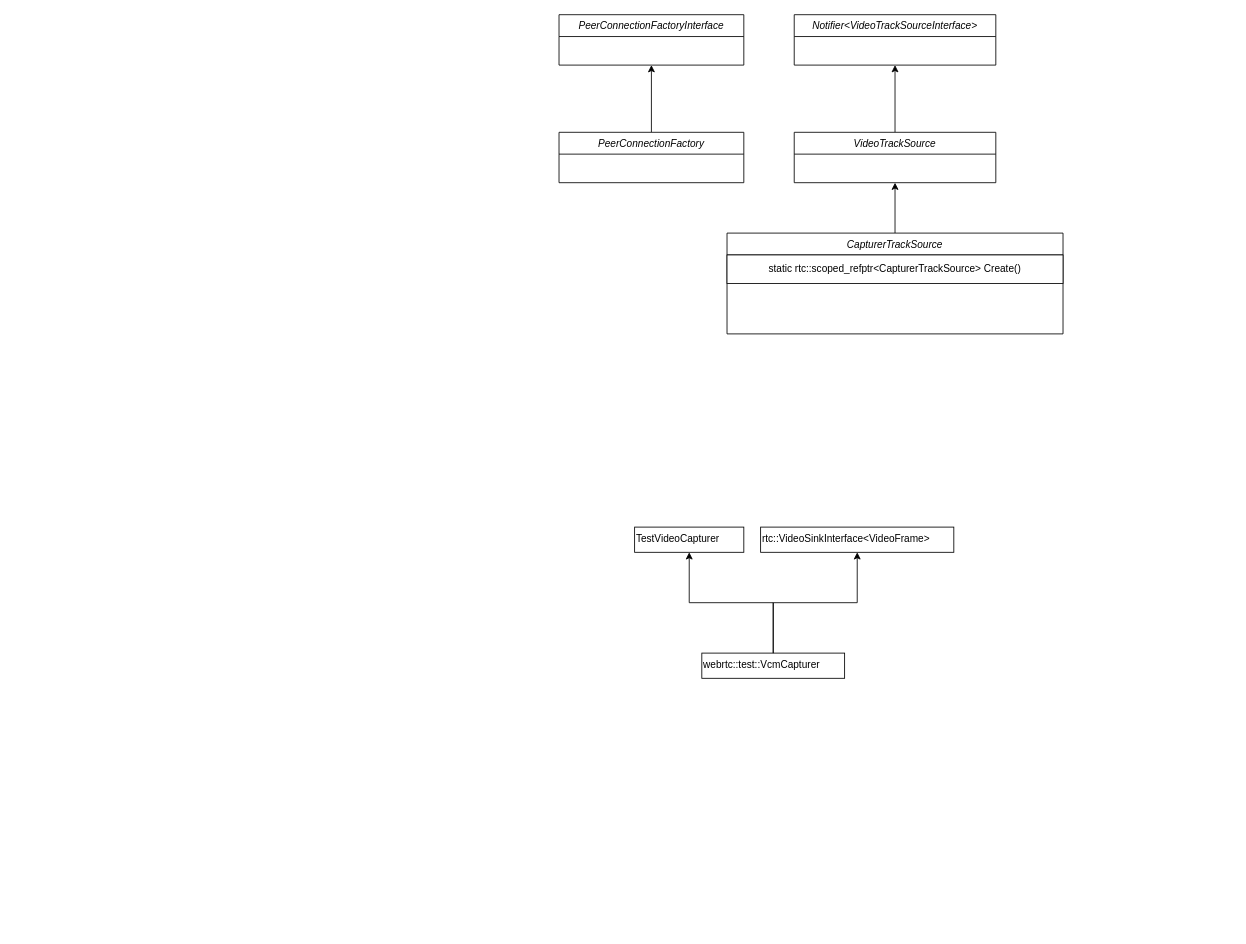
Earlier version of the draw.io diagram webrtc类图/Untitled Diagram.drawio (Aries1989/draw.io.s). Source tidied: cells renumbered, new cells numbered last; positions are measured from the earlier drawing's top-left corner, leaving out a move shared by most shapes. Both pictures are drawn from the tidied source at 84%, with x=0, y=0 at pixel (559, 14).
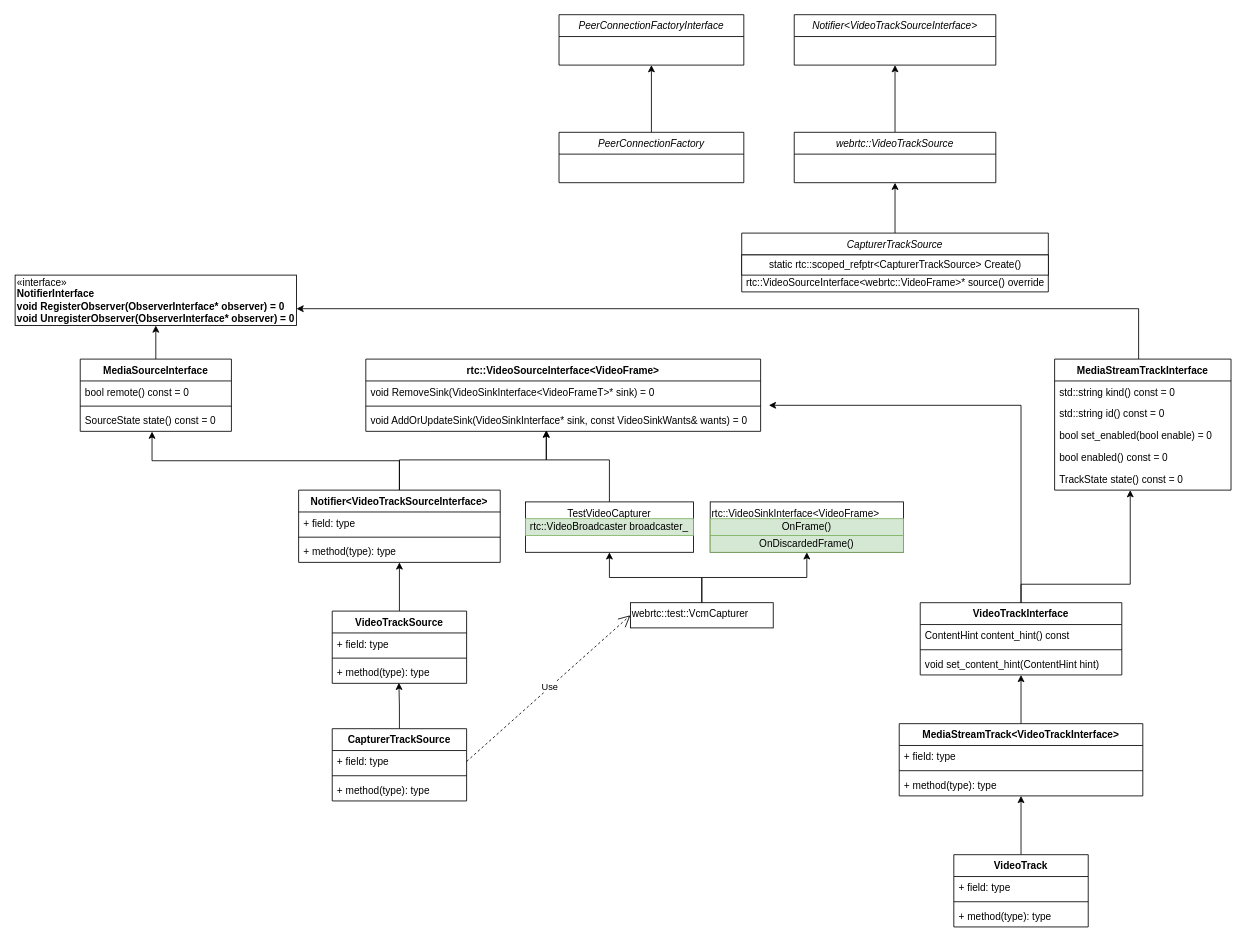
After the change.

Change to the diagram source:
```diff
@@
-    <mxCell id="7" value="VideoTrackSource" style="swimlane;fontStyle=2;align=center;verticalAlign=top;horizontal=1;startSize=26;rounded=0;shadow=0;strokeWidth=1;fillColor=default;strokeColor=default;fontColor=default;" parent="1" vertex="1">
+    <mxCell id="7" value="webrtc::VideoTrackSource" style="swimlane;fontStyle=2;align=center;verticalAlign=top;horizontal=1;startSize=26;rounded=0;shadow=0;strokeWidth=1;fillColor=default;strokeColor=default;fontColor=default;" parent="1" vertex="1">
       <mxGeometry x="280" y="140" width="240" height="60" as="geometry" />
     </mxCell>
@@
     <mxCell id="9" value="CapturerTrackSource" style="swimlane;fontStyle=2;align=center;verticalAlign=top;horizontal=1;startSize=26;rounded=0;shadow=0;strokeWidth=1;fillColor=default;strokeColor=default;fontColor=default;" parent="1" vertex="1">
-      <mxGeometry x="200" y="260" width="400" height="120" as="geometry" />
+      <mxGeometry x="217.5" y="260" width="365" height="70" as="geometry" />
     </mxCell>
     <mxCell id="10" value="static rtc::scoped_refptr&amp;lt;CapturerTrackSource&amp;gt; Create()" style="rounded=0;whiteSpace=wrap;html=1;fontColor=default;strokeColor=default;fillColor=default;" parent="9" vertex="1">
-      <mxGeometry y="26" width="400" height="34" as="geometry" />
+      <mxGeometry y="26" width="365" height="24" as="geometry" />
     </mxCell>
+    <mxCell id="16" value="rtc::VideoSourceInterface&amp;lt;webrtc::VideoFrame&amp;gt;* source() override" style="text;html=1;align=center;verticalAlign=middle;strokeColor=none;fillColor=none;" parent="9" vertex="1">
+      <mxGeometry y="50" width="365" height="20" as="geometry" />
+    </mxCell>
@@
     <mxCell id="13" value="webrtc::test::VcmCapturer" style="text;whiteSpace=wrap;html=1;fontColor=default;strokeColor=default;" parent="1" vertex="1">
-      <mxGeometry x="170" y="760" width="170" height="30" as="geometry" />
+      <mxGeometry x="85" y="700" width="170" height="30" as="geometry" />
     </mxCell>
+    <mxCell id="17" style="edgeStyle=orthogonalEdgeStyle;rounded=0;jettySize=auto;html=1;jumpStyle=none;" parent="1" edge="1" source="14">
+      <mxGeometry relative="1" as="geometry">
+        <mxPoint x="-15.1" y="495" as="targetPoint" />
+        <Array as="points">
+          <mxPoint x="60" y="530" />
+          <mxPoint x="-15" y="530" />
+        </Array>
+      </mxGeometry>
+    </mxCell>
-    <mxCell id="14" value="TestVideoCapturer" style="text;whiteSpace=wrap;html=1;fontColor=default;strokeColor=default;" parent="1" vertex="1">
-      <mxGeometry x="90" y="610" width="130" height="30" as="geometry" />
+    <mxCell id="14" value="TestVideoCapturer" style="text;whiteSpace=wrap;html=1;fontColor=default;strokeColor=default;align=center;" parent="1" vertex="1">
+      <mxGeometry x="-40" y="580" width="200" height="60" as="geometry" />
     </mxCell>
-    <mxCell id="15" value="rtc::VideoSinkInterface&amp;lt;VideoFrame&amp;gt;" style="text;whiteSpace=wrap;html=1;fontColor=default;strokeColor=default;" parent="1" vertex="1">
-      <mxGeometry x="240" y="610" width="230" height="30" as="geometry" />
+    <mxCell id="15" value="rtc::VideoSinkInterface&amp;lt;VideoFrame&amp;gt;" style="text;whiteSpace=wrap;html=1;fontColor=default;strokeColor=default;align=left;" parent="1" vertex="1">
+      <mxGeometry x="180" y="580" width="230" height="60" as="geometry" />
     </mxCell>
+    <mxCell id="18" value="rtc::VideoBroadcaster broadcaster_" style="text;html=1;strokeColor=#82b366;fillColor=#d5e8d4;align=center;verticalAlign=middle;whiteSpace=wrap;rounded=0;" parent="1" vertex="1">
+      <mxGeometry x="-40" y="600" width="200" height="20" as="geometry" />
+    </mxCell>
+    <mxCell id="19" value="&lt;div style=&quot;text-align: left&quot;&gt;&lt;span&gt;OnFrame()&lt;/span&gt;&lt;/div&gt;" style="text;html=1;strokeColor=#82b366;fillColor=#d5e8d4;align=center;verticalAlign=middle;whiteSpace=wrap;rounded=0;" parent="1" vertex="1">
+      <mxGeometry x="180" y="600" width="230" height="20" as="geometry" />
+    </mxCell>
+    <mxCell id="20" value="&lt;div style=&quot;text-align: left&quot;&gt;&lt;span&gt;&lt;font face=&quot;helvetica&quot;&gt;OnDiscardedFrame()&lt;/font&gt;&lt;/span&gt;&lt;/div&gt;" style="text;html=1;strokeColor=#82b366;fillColor=#d5e8d4;align=center;verticalAlign=middle;whiteSpace=wrap;rounded=0;" parent="1" vertex="1">
+      <mxGeometry x="180" y="620" width="230" height="20" as="geometry" />
+    </mxCell>
+    <mxCell id="21" style="edgeStyle=orthogonalEdgeStyle;rounded=0;jumpStyle=none;jettySize=auto;html=1;" parent="1" edge="1" source="23">
+      <mxGeometry relative="1" as="geometry">
+        <mxPoint x="-15.2" y="495" as="targetPoint" />
+        <Array as="points">
+          <mxPoint x="-190" y="530" />
+          <mxPoint x="-15" y="530" />
+        </Array>
+      </mxGeometry>
+    </mxCell>
+    <mxCell id="22" style="edgeStyle=orthogonalEdgeStyle;rounded=0;jumpStyle=none;jettySize=auto;html=1;entryX=0.475;entryY=1.011;entryDx=0;entryDy=0;entryPerimeter=0;" parent="1" edge="1" source="23" target="31">
+      <mxGeometry relative="1" as="geometry" />
+    </mxCell>
+    <mxCell id="23" value="Notifier&lt;VideoTrackSourceInterface&gt;" style="swimlane;fontStyle=1;align=center;verticalAlign=top;horizontal=1;startSize=26;" parent="1" vertex="1">
+      <mxGeometry x="-310" y="566" width="240" height="86" as="geometry" />
+    </mxCell>
+    <mxCell id="24" value="+ field: type" style="text;strokeColor=none;fillColor=none;align=left;verticalAlign=top;spacingLeft=4;spacingRight=4;overflow=hidden;" parent="23" vertex="1">
+      <mxGeometry y="26" width="240" height="26" as="geometry" />
+    </mxCell>
+    <mxCell id="25" style="line;strokeWidth=1;fillColor=none;align=left;verticalAlign=middle;spacingTop=-1;spacingLeft=3;spacingRight=3;labelPosition=right;" parent="23" vertex="1">
+      <mxGeometry y="52" width="240" height="8" as="geometry" />
+    </mxCell>
+    <mxCell id="26" value="+ method(type): type" style="text;strokeColor=none;fillColor=none;align=left;verticalAlign=top;spacingLeft=4;spacingRight=4;overflow=hidden;" parent="23" vertex="1">
+      <mxGeometry y="60" width="240" height="26" as="geometry" />
+    </mxCell>
+    <mxCell id="27" style="edgeStyle=orthogonalEdgeStyle;rounded=0;jumpStyle=none;jettySize=auto;html=1;" parent="1" edge="1" source="28" target="32">
+      <mxGeometry relative="1" as="geometry" />
+    </mxCell>
+    <mxCell id="28" value="MediaSourceInterface" style="swimlane;fontStyle=1;align=center;verticalAlign=top;horizontal=1;startSize=26;" parent="1" vertex="1">
+      <mxGeometry x="-570" y="410" width="180" height="86" as="geometry" />
+    </mxCell>
+    <mxCell id="29" value="bool remote() const = 0" style="text;strokeColor=none;fillColor=none;align=left;verticalAlign=top;spacingLeft=4;spacingRight=4;overflow=hidden;" parent="28" vertex="1">
+      <mxGeometry y="26" width="180" height="26" as="geometry" />
+    </mxCell>
+    <mxCell id="30" style="line;strokeWidth=1;fillColor=none;align=left;verticalAlign=middle;spacingTop=-1;spacingLeft=3;spacingRight=3;labelPosition=right;" parent="28" vertex="1">
+      <mxGeometry y="52" width="180" height="8" as="geometry" />
+    </mxCell>
+    <mxCell id="31" value="SourceState state() const = 0" style="text;strokeColor=none;fillColor=none;align=left;verticalAlign=top;spacingLeft=4;spacingRight=4;overflow=hidden;points=[[0,0.5],[1,0.5]];portConstraint=eastwest;" parent="28" vertex="1">
+      <mxGeometry y="60" width="180" height="26" as="geometry" />
+    </mxCell>
+    <mxCell id="32" value="«interface»&lt;br&gt;&lt;b&gt;NotifierInterface&lt;/b&gt;&lt;br&gt;&lt;b&gt;void RegisterObserver(ObserverInterface* observer) = 0&lt;/b&gt;&lt;br&gt;&lt;b&gt;void UnregisterObserver(ObserverInterface* observer) = 0&lt;/b&gt;" style="html=1;align=left;" parent="1" vertex="1">
+      <mxGeometry x="-647.5" y="310" width="335" height="60" as="geometry" />
+    </mxCell>
+    <mxCell id="33" style="edgeStyle=orthogonalEdgeStyle;rounded=0;jumpStyle=none;jettySize=auto;html=1;entryX=0.5;entryY=1;entryDx=0;entryDy=0;" parent="1" edge="1" source="34" target="23">
+      <mxGeometry relative="1" as="geometry" />
+    </mxCell>
+    <mxCell id="34" value="VideoTrackSource" style="swimlane;fontStyle=1;align=center;verticalAlign=top;horizontal=1;startSize=26;" parent="1" vertex="1">
+      <mxGeometry x="-270" y="710" width="160" height="86" as="geometry" />
+    </mxCell>
+    <mxCell id="35" value="+ field: type" style="text;strokeColor=none;fillColor=none;align=left;verticalAlign=top;spacingLeft=4;spacingRight=4;overflow=hidden;" parent="34" vertex="1">
+      <mxGeometry y="26" width="160" height="26" as="geometry" />
+    </mxCell>
+    <mxCell id="36" style="line;strokeWidth=1;fillColor=none;align=left;verticalAlign=middle;spacingTop=-1;spacingLeft=3;spacingRight=3;labelPosition=right;" parent="34" vertex="1">
+      <mxGeometry y="52" width="160" height="8" as="geometry" />
+    </mxCell>
+    <mxCell id="37" value="+ method(type): type" style="text;strokeColor=none;fillColor=none;align=left;verticalAlign=top;spacingLeft=4;spacingRight=4;overflow=hidden;points=[[0,0.5],[1,0.5]];portConstraint=eastwest;" parent="34" vertex="1">
+      <mxGeometry y="60" width="160" height="26" as="geometry" />
+    </mxCell>
+    <mxCell id="38" style="edgeStyle=orthogonalEdgeStyle;rounded=0;jumpStyle=none;jettySize=auto;html=1;entryX=0.496;entryY=0.974;entryDx=0;entryDy=0;entryPerimeter=0;" parent="1" edge="1" source="39" target="37">
+      <mxGeometry relative="1" as="geometry" />
+    </mxCell>
+    <mxCell id="39" value="CapturerTrackSource" style="swimlane;fontStyle=1;align=center;verticalAlign=top;horizontal=1;startSize=26;" parent="1" vertex="1">
+      <mxGeometry x="-270" y="850" width="160" height="86" as="geometry" />
+    </mxCell>
+    <mxCell id="40" value="+ field: type" style="text;strokeColor=none;fillColor=none;align=left;verticalAlign=top;spacingLeft=4;spacingRight=4;overflow=hidden;points=[[0,0.5],[1,0.5]];portConstraint=eastwest;" parent="39" vertex="1">
+      <mxGeometry y="26" width="160" height="26" as="geometry" />
+    </mxCell>
+    <mxCell id="41" style="line;strokeWidth=1;fillColor=none;align=left;verticalAlign=middle;spacingTop=-1;spacingLeft=3;spacingRight=3;labelPosition=right;" parent="39" vertex="1">
+      <mxGeometry y="52" width="160" height="8" as="geometry" />
+    </mxCell>
+    <mxCell id="42" value="+ method(type): type" style="text;strokeColor=none;fillColor=none;align=left;verticalAlign=top;spacingLeft=4;spacingRight=4;overflow=hidden;" parent="39" vertex="1">
+      <mxGeometry y="60" width="160" height="26" as="geometry" />
+    </mxCell>
+    <mxCell id="43" value="Use" style="endArrow=open;endSize=12;dashed=1;html=1;exitX=1;exitY=0.5;exitDx=0;exitDy=0;entryX=0;entryY=0.5;entryDx=0;entryDy=0;" parent="1" edge="1" source="40" target="13">
+      <mxGeometry x="0.02" relative="1" as="geometry" />
+    </mxCell>
+    <mxCell id="44" style="edgeStyle=orthogonalEdgeStyle;rounded=0;jumpStyle=none;jettySize=auto;html=1;" parent="1" edge="1" source="45" target="50">
+      <mxGeometry relative="1" as="geometry">
+        <Array as="points">
+          <mxPoint x="680" y="678" />
+        </Array>
+      </mxGeometry>
+    </mxCell>
+    <mxCell id="45" value="VideoTrackInterface" style="swimlane;fontStyle=1;align=center;verticalAlign=top;horizontal=1;startSize=26;" parent="1" vertex="1">
+      <mxGeometry x="430" y="700" width="240" height="86" as="geometry" />
+    </mxCell>
+    <mxCell id="46" value="ContentHint content_hint() const" style="text;strokeColor=none;fillColor=none;align=left;verticalAlign=top;spacingLeft=4;spacingRight=4;overflow=hidden;" parent="45" vertex="1">
+      <mxGeometry y="26" width="240" height="26" as="geometry" />
+    </mxCell>
+    <mxCell id="47" style="line;strokeWidth=1;fillColor=none;align=left;verticalAlign=middle;spacingTop=-1;spacingLeft=3;spacingRight=3;labelPosition=right;" parent="45" vertex="1">
+      <mxGeometry y="52" width="240" height="8" as="geometry" />
+    </mxCell>
+    <mxCell id="48" value="void set_content_hint(ContentHint hint)" style="text;strokeColor=none;fillColor=none;align=left;verticalAlign=top;spacingLeft=4;spacingRight=4;overflow=hidden;" parent="45" vertex="1">
+      <mxGeometry y="60" width="240" height="26" as="geometry" />
+    </mxCell>
+    <mxCell id="49" style="edgeStyle=orthogonalEdgeStyle;rounded=0;jumpStyle=none;jettySize=auto;html=1;" parent="1" edge="1" source="50" target="32">
+      <mxGeometry relative="1" as="geometry">
+        <Array as="points">
+          <mxPoint x="690" y="350" />
+        </Array>
+      </mxGeometry>
+    </mxCell>
+    <mxCell id="50" value="MediaStreamTrackInterface" style="swimlane;fontStyle=1;align=center;verticalAlign=top;horizontal=1;startSize=26;" parent="1" vertex="1">
+      <mxGeometry x="590" y="410" width="210" height="156" as="geometry" />
+    </mxCell>
+    <mxCell id="51" value="std::string kind() const = 0" style="text;strokeColor=none;fillColor=none;align=left;verticalAlign=top;spacingLeft=4;spacingRight=4;overflow=hidden;" parent="50" vertex="1">
+      <mxGeometry y="26" width="210" height="26" as="geometry" />
+    </mxCell>
+    <mxCell id="52" value="std::string id() const = 0" style="text;strokeColor=none;fillColor=none;align=left;verticalAlign=top;spacingLeft=4;spacingRight=4;overflow=hidden;" parent="50" vertex="1">
+      <mxGeometry y="52" width="210" height="26" as="geometry" />
+    </mxCell>
+    <mxCell id="53" value="bool set_enabled(bool enable) = 0" style="text;strokeColor=none;fillColor=none;align=left;verticalAlign=top;spacingLeft=4;spacingRight=4;overflow=hidden;" parent="50" vertex="1">
+      <mxGeometry y="78" width="210" height="26" as="geometry" />
+    </mxCell>
+    <mxCell id="54" value="bool enabled() const = 0" style="text;strokeColor=none;fillColor=none;align=left;verticalAlign=top;spacingLeft=4;spacingRight=4;overflow=hidden;" parent="50" vertex="1">
+      <mxGeometry y="104" width="210" height="26" as="geometry" />
+    </mxCell>
+    <mxCell id="55" value="TrackState state() const = 0" style="text;strokeColor=none;fillColor=none;align=left;verticalAlign=top;spacingLeft=4;spacingRight=4;overflow=hidden;" parent="50" vertex="1">
+      <mxGeometry y="130" width="210" height="26" as="geometry" />
+    </mxCell>
+    <mxCell id="56" style="edgeStyle=orthogonalEdgeStyle;rounded=0;jumpStyle=none;jettySize=auto;html=1;entryX=1;entryY=0.5;entryDx=0;entryDy=0;" parent="1" edge="1" source="45">
+      <mxGeometry relative="1" as="geometry">
+        <mxPoint x="249.8" y="465" as="targetPoint" />
+        <Array as="points">
+          <mxPoint x="550" y="465" />
+        </Array>
+      </mxGeometry>
+    </mxCell>
+    <mxCell id="57" value="rtc::VideoSourceInterface&lt;VideoFrame&gt;" style="swimlane;fontStyle=1;align=center;verticalAlign=top;horizontal=1;startSize=26;" parent="1" vertex="1">
+      <mxGeometry x="-230" y="410" width="470" height="86" as="geometry" />
+    </mxCell>
+    <mxCell id="58" value="void RemoveSink(VideoSinkInterface&lt;VideoFrameT&gt;* sink) = 0" style="text;strokeColor=none;fillColor=none;align=left;verticalAlign=top;spacingLeft=4;spacingRight=4;overflow=hidden;" parent="57" vertex="1">
+      <mxGeometry y="26" width="470" height="26" as="geometry" />
+    </mxCell>
+    <mxCell id="59" style="line;strokeWidth=1;fillColor=none;align=left;verticalAlign=middle;spacingTop=-1;spacingLeft=3;spacingRight=3;labelPosition=right;" parent="57" vertex="1">
+      <mxGeometry y="52" width="470" height="8" as="geometry" />
+    </mxCell>
+    <mxCell id="60" value="void AddOrUpdateSink(VideoSinkInterface* sink, const VideoSinkWants&amp; wants) = 0" style="text;strokeColor=none;fillColor=none;align=left;verticalAlign=top;spacingLeft=4;spacingRight=4;overflow=hidden;" parent="57" vertex="1">
+      <mxGeometry y="60" width="470" height="26" as="geometry" />
+    </mxCell>
+    <mxCell id="61" style="edgeStyle=orthogonalEdgeStyle;rounded=0;jumpStyle=none;jettySize=auto;html=1;" parent="1" edge="1" source="62" target="67">
+      <mxGeometry relative="1" as="geometry" />
+    </mxCell>
+    <mxCell id="62" value="VideoTrack" style="swimlane;fontStyle=1;align=center;verticalAlign=top;horizontal=1;startSize=26;" parent="1" vertex="1">
+      <mxGeometry x="470" y="1000" width="160" height="86" as="geometry" />
+    </mxCell>
+    <mxCell id="63" value="+ field: type" style="text;strokeColor=none;fillColor=none;align=left;verticalAlign=top;spacingLeft=4;spacingRight=4;overflow=hidden;" parent="62" vertex="1">
+      <mxGeometry y="26" width="160" height="26" as="geometry" />
+    </mxCell>
+    <mxCell id="64" style="line;strokeWidth=1;fillColor=none;align=left;verticalAlign=middle;spacingTop=-1;spacingLeft=3;spacingRight=3;labelPosition=right;" parent="62" vertex="1">
+      <mxGeometry y="52" width="160" height="8" as="geometry" />
+    </mxCell>
+    <mxCell id="65" value="+ method(type): type" style="text;strokeColor=none;fillColor=none;align=left;verticalAlign=top;spacingLeft=4;spacingRight=4;overflow=hidden;" parent="62" vertex="1">
+      <mxGeometry y="60" width="160" height="26" as="geometry" />
+    </mxCell>
+    <mxCell id="66" style="edgeStyle=orthogonalEdgeStyle;rounded=0;jumpStyle=none;jettySize=auto;html=1;" parent="1" edge="1" source="67" target="45">
+      <mxGeometry relative="1" as="geometry" />
+    </mxCell>
+    <mxCell id="67" value="MediaStreamTrack&lt;VideoTrackInterface&gt;" style="swimlane;fontStyle=1;align=center;verticalAlign=top;horizontal=1;startSize=26;" parent="1" vertex="1">
+      <mxGeometry x="405" y="844" width="290" height="86" as="geometry" />
+    </mxCell>
+    <mxCell id="68" value="+ field: type" style="text;strokeColor=none;fillColor=none;align=left;verticalAlign=top;spacingLeft=4;spacingRight=4;overflow=hidden;" parent="67" vertex="1">
+      <mxGeometry y="26" width="290" height="26" as="geometry" />
+    </mxCell>
+    <mxCell id="69" style="line;strokeWidth=1;fillColor=none;align=left;verticalAlign=middle;spacingTop=-1;spacingLeft=3;spacingRight=3;labelPosition=right;" parent="67" vertex="1">
+      <mxGeometry y="52" width="290" height="8" as="geometry" />
+    </mxCell>
+    <mxCell id="70" value="+ method(type): type" style="text;strokeColor=none;fillColor=none;align=left;verticalAlign=top;spacingLeft=4;spacingRight=4;overflow=hidden;" parent="67" vertex="1">
+      <mxGeometry y="60" width="290" height="26" as="geometry" />
+    </mxCell>
```
